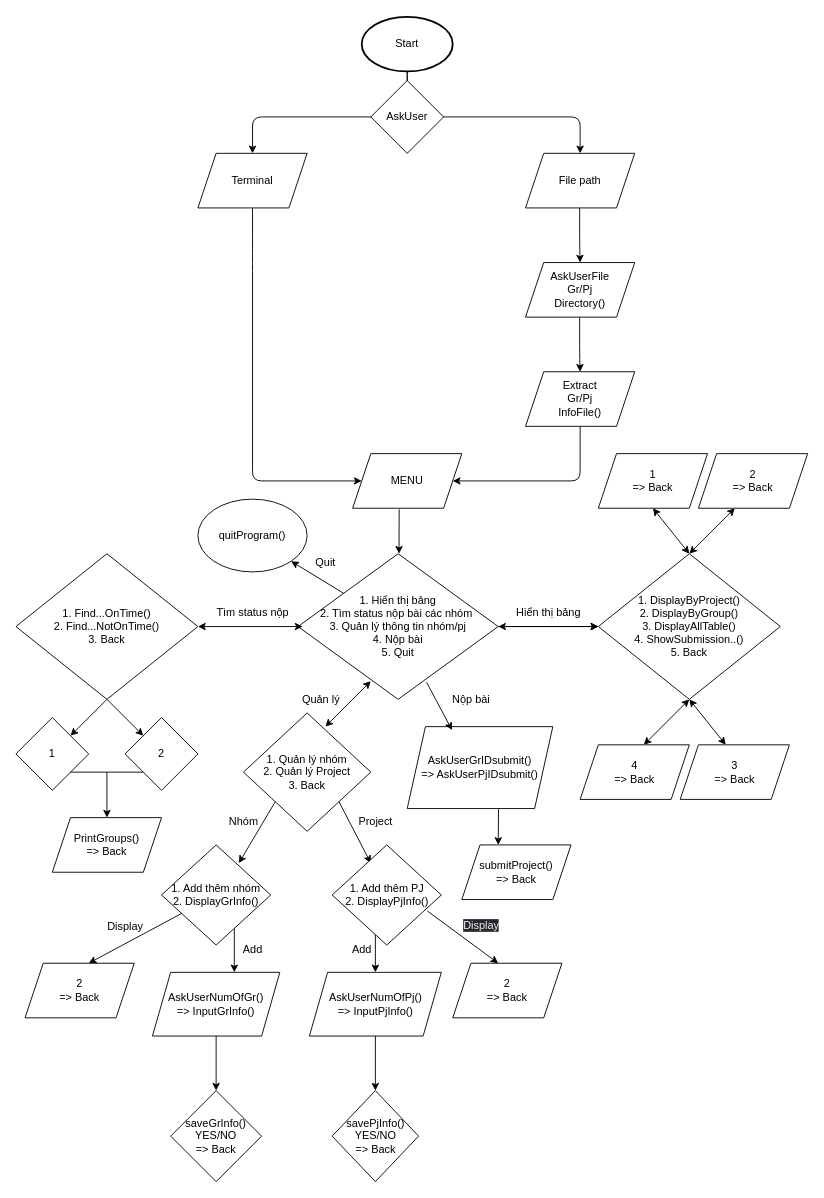
This is Design/Main_Func.drawio from SadNguyen2107/CS256_Part1, a draw.io file, before an edit. Source tidied: cells renumbered, new cells numbered last; positions are measured from the earlier drawing's top-left corner, leaving out a move shared by most shapes. Both pictures are drawn from the tidied source at 91%, with x=0, y=0 at pixel (15, 16).
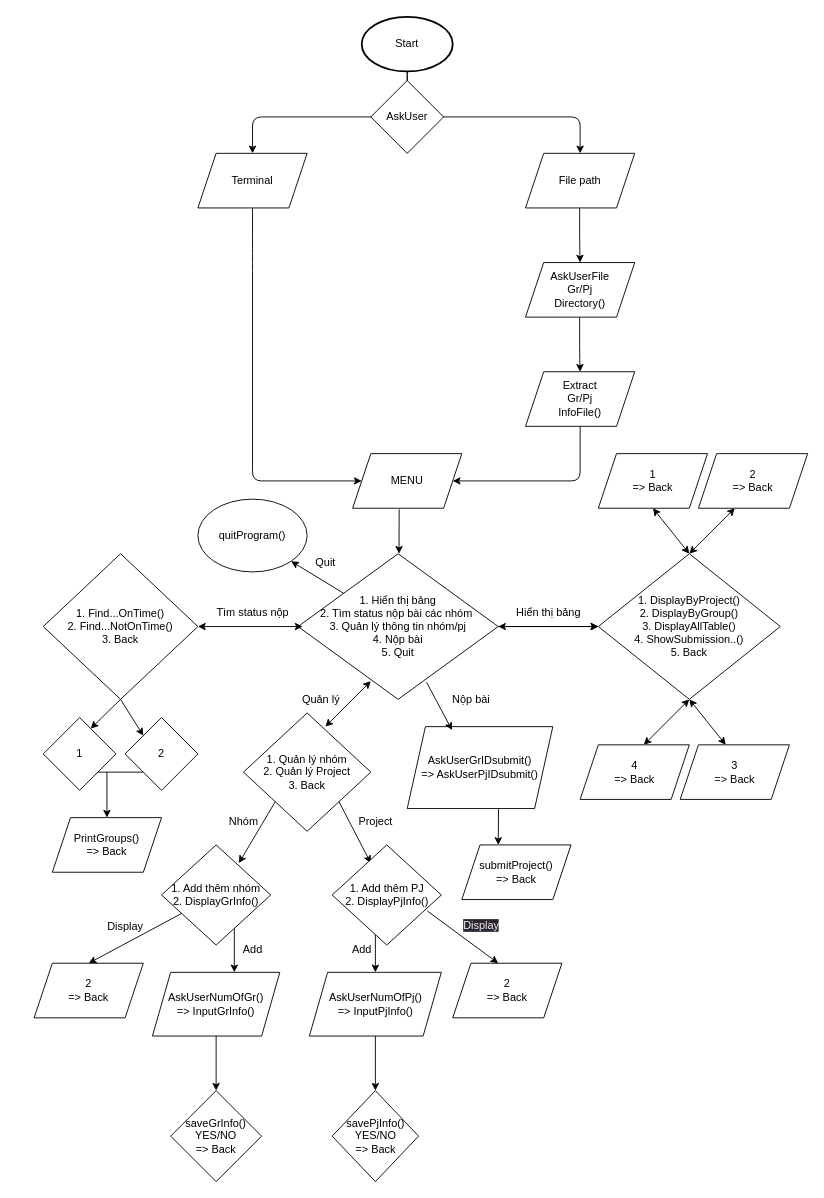
After the change.

The edit, as a diff of the source:
```diff
@@
     <mxCell id="26" value="1. Find...OnTime()&lt;br&gt;2. Find...NotOnTime()&lt;br&gt;3. Back" style="rhombus;whiteSpace=wrap;html=1;" parent="1" vertex="1">
-      <mxGeometry y="590" width="200" height="160" as="geometry" />
+      <mxGeometry x="30" y="590" width="170" height="160" as="geometry" />
     </mxCell>
@@
-    <mxCell id="29" style="endArrow=classic;html=1;exitX=0.5;exitY=1;exitDx=0;exitDy=0;" parent="1" edge="1">
+    <mxCell id="29" style="endArrow=classic;html=1;entryX=0.652;entryY=0.152;entryDx=0;entryDy=0;entryPerimeter=0;" parent="1" edge="1" target="30">
       <mxGeometry relative="1" as="geometry">
-        <mxPoint x="100" y="750" as="sourcePoint" />
-        <mxPoint x="60" y="790" as="targetPoint" />
+        <mxPoint x="115" y="750" as="sourcePoint" />
       </mxGeometry>
     </mxCell>
     <mxCell id="30" value="1" style="rhombus;whiteSpace=wrap;html=1;" parent="1" vertex="1">
-      <mxGeometry y="770" width="80" height="80" as="geometry" />
+      <mxGeometry x="30" y="770" width="80" height="80" as="geometry" />
     </mxCell>
@@
     <mxCell id="50" value="2&lt;br&gt;=&amp;gt; Back" style="shape=parallelogram;perimeter=parallelogramPerimeter;whiteSpace=wrap;html=1;fixedSize=1;" parent="1" vertex="1">
-      <mxGeometry x="10" y="1040" width="120" height="60" as="geometry" />
+      <mxGeometry x="20" y="1040" width="120" height="60" as="geometry" />
     </mxCell>
```
